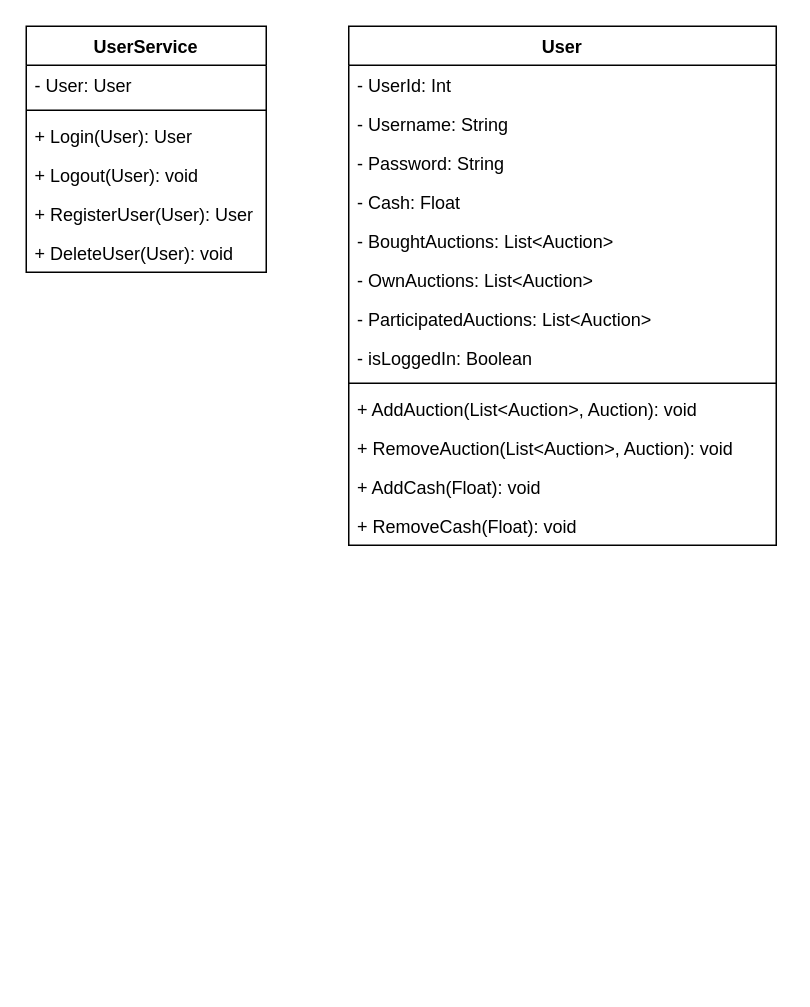
Above: doc/use-cases/class-diagrams/user-service.drawio in lucariebel/online-shop (draw.io), before the change. Source tidied: cells renumbered, new cells numbered last; positions are measured from the earlier drawing's top-left corner, leaving out a move shared by most shapes. Both pictures are drawn from the tidied source at 150%, with x=0, y=0 at pixel (26, 26).
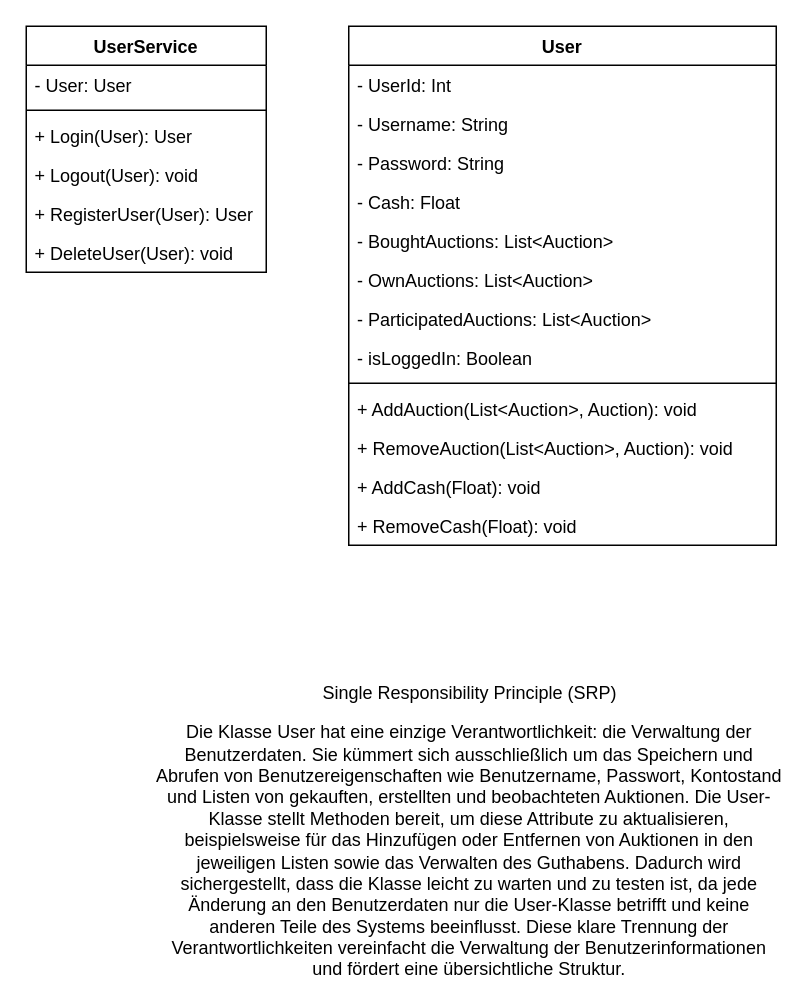
Above is the later version.

Commit message (it also covers changes not shown here):
WSP-19: add SOLID to user service

Diff of the diagram source:
```diff
@@
+    <mxCell id="23" value="Die Klasse User hat eine einzige Verantwortlichkeit: die Verwaltung der Benutzerdaten. Sie kümmert sich ausschließlich um das Speichern und Abrufen von Benutzereigenschaften wie Benutzername, Passwort, Kontostand und Listen von gekauften, erstellten und beobachteten Auktionen. Die User-Klasse stellt Methoden bereit, um diese Attribute zu aktualisieren, beispielsweise für das Hinzufügen oder Entfernen von Auktionen in den jeweiligen Listen sowie das Verwalten des Guthabens. Dadurch wird sichergestellt, dass die Klasse leicht zu warten und zu testen ist, da jede Änderung an den Benutzerdaten nur die User-Klasse betrifft und keine anderen Teile des Systems beeinflusst. Diese klare Trennung der Verantwortlichkeiten vereinfacht die Verwaltung der Benutzerinformationen und fördert eine übersichtliche Struktur." style="text;align=center;verticalAlign=middle;whiteSpace=wrap;rounded=0;" parent="1" vertex="1">
+      <mxGeometry x="86" y="480" width="419" height="140" as="geometry" />
+    </mxCell>
+    <mxCell id="24" value="Single Responsibility Principle (SRP)" style="text;align=center;verticalAlign=middle;whiteSpace=wrap;rounded=0;" parent="1" vertex="1">
+      <mxGeometry x="160.5" y="430" width="270" height="30" as="geometry" />
+    </mxCell>
```
